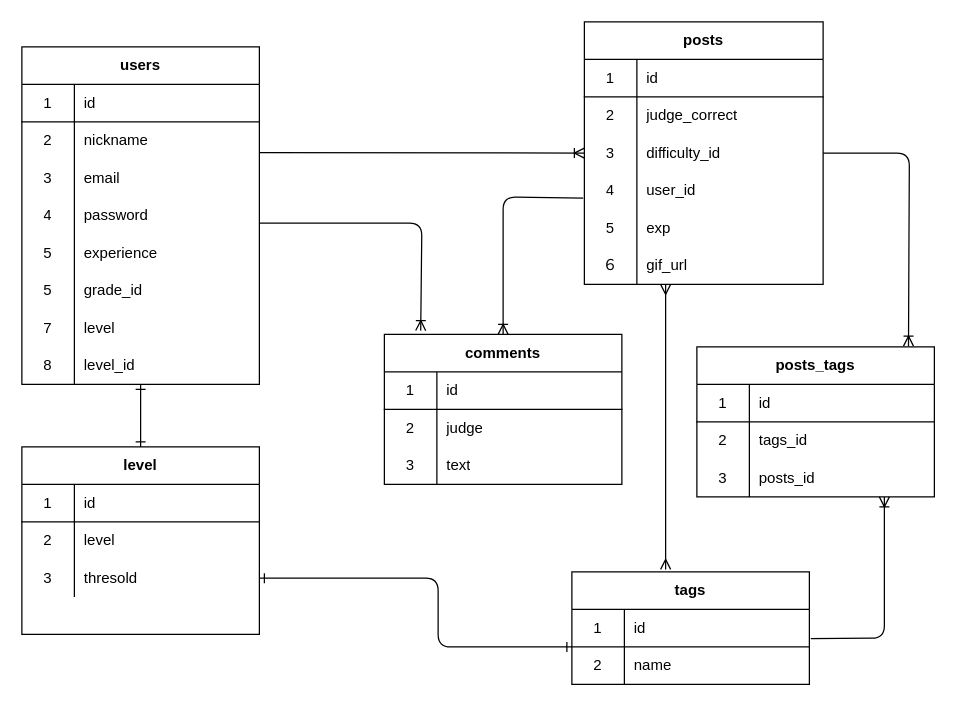
This is db.dio from magatamaamagata/kendo_ippon, a draw.io file, before an edit. Source tidied: cells renumbered, new cells numbered last; positions are measured from the earlier drawing's top-left corner, leaving out a move shared by most shapes. Both pictures are drawn from the tidied source at 125%, with x=0, y=0 at pixel (21, 21).
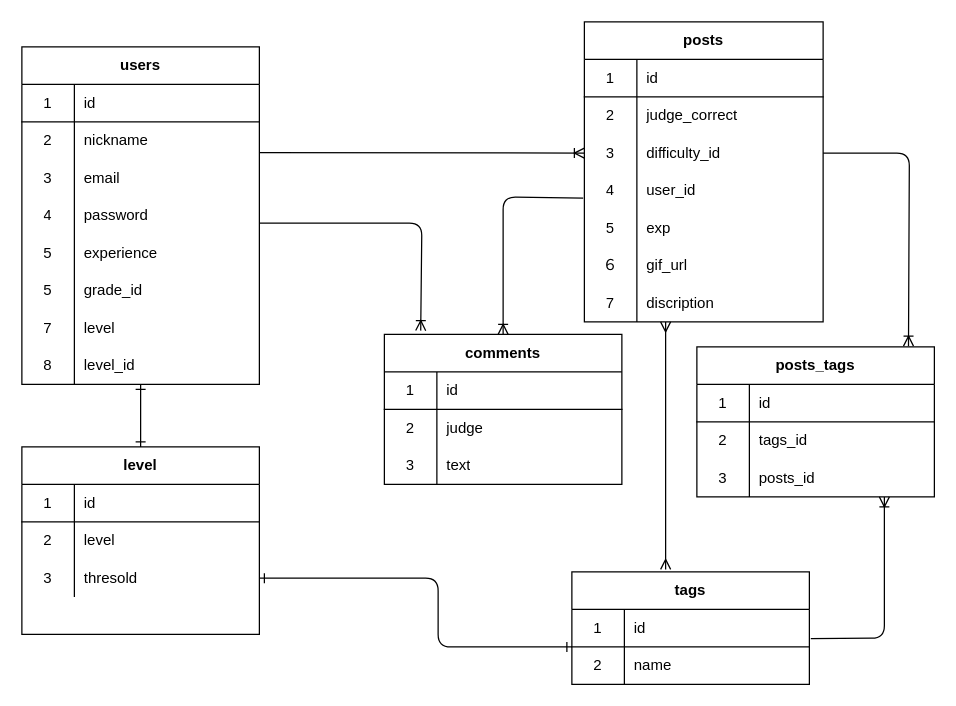
The same page after the edit.

Change to the diagram source:
```diff
@@
     <mxCell id="46" value="posts" style="shape=table;html=1;whiteSpace=wrap;startSize=30;childLayout=tableLayout;rowLines=0;fontStyle=1;align=center;" parent="1" vertex="1">
-      <mxGeometry x="450" width="191" height="210" as="geometry" />
+      <mxGeometry x="450" width="191" height="240" as="geometry" />
     </mxCell>
@@
+    <mxCell id="91" style="shape=partialRectangle;html=1;whiteSpace=wrap;fillColor=none;top=0;left=0;bottom=0;right=0;" parent="46" vertex="1">
+      <mxGeometry y="210" width="191" height="30" as="geometry" />
+    </mxCell>
+    <mxCell id="92" value="7" style="shape=partialRectangle;html=1;whiteSpace=wrap;fillColor=none;top=0;left=0;bottom=0;right=0;overflow=hidden;" parent="91" vertex="1">
+      <mxGeometry width="42" height="30" as="geometry" />
+    </mxCell>
+    <mxCell id="93" value="discription" style="shape=partialRectangle;html=1;whiteSpace=wrap;fillColor=none;top=0;left=0;bottom=0;right=0;align=left;spacingLeft=6;overflow=hidden;" parent="91" vertex="1">
+      <mxGeometry x="42" width="149" height="30" as="geometry" />
+    </mxCell>
@@
     <mxCell id="88" style="endArrow=ERmany;html=1;endFill=0;startArrow=ERmany;startFill=0;" parent="1" edge="1">
       <mxGeometry relative="1" as="geometry">
         <mxPoint x="515" y="438" as="sourcePoint" />
-        <mxPoint x="515" y="210" as="targetPoint" />
+        <mxPoint x="515" y="240" as="targetPoint" />
         <Array as="points">
           <mxPoint x="515" y="290" />
         </Array>
       </mxGeometry>
     </mxCell>
```
